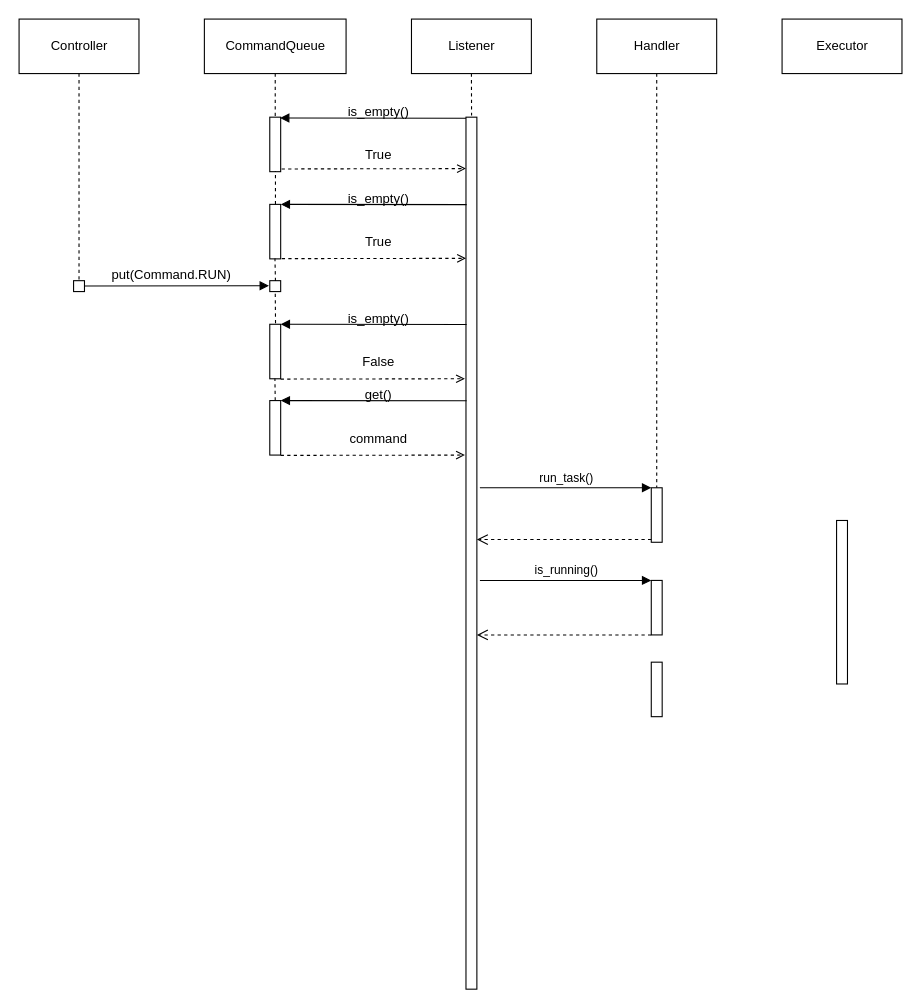
stalker-fc/diploma keeps this draw.io diagram as master/sources/diploma/architecture/diagrams/executor/sequence.drawio. Above is the earlier version. Source tidied: cells renumbered, new cells numbered last; positions are measured from the earlier drawing's top-left corner, leaving out a move shared by most shapes. Both pictures are drawn from the tidied source at 109%, with x=0, y=0 at pixel (19, 19).
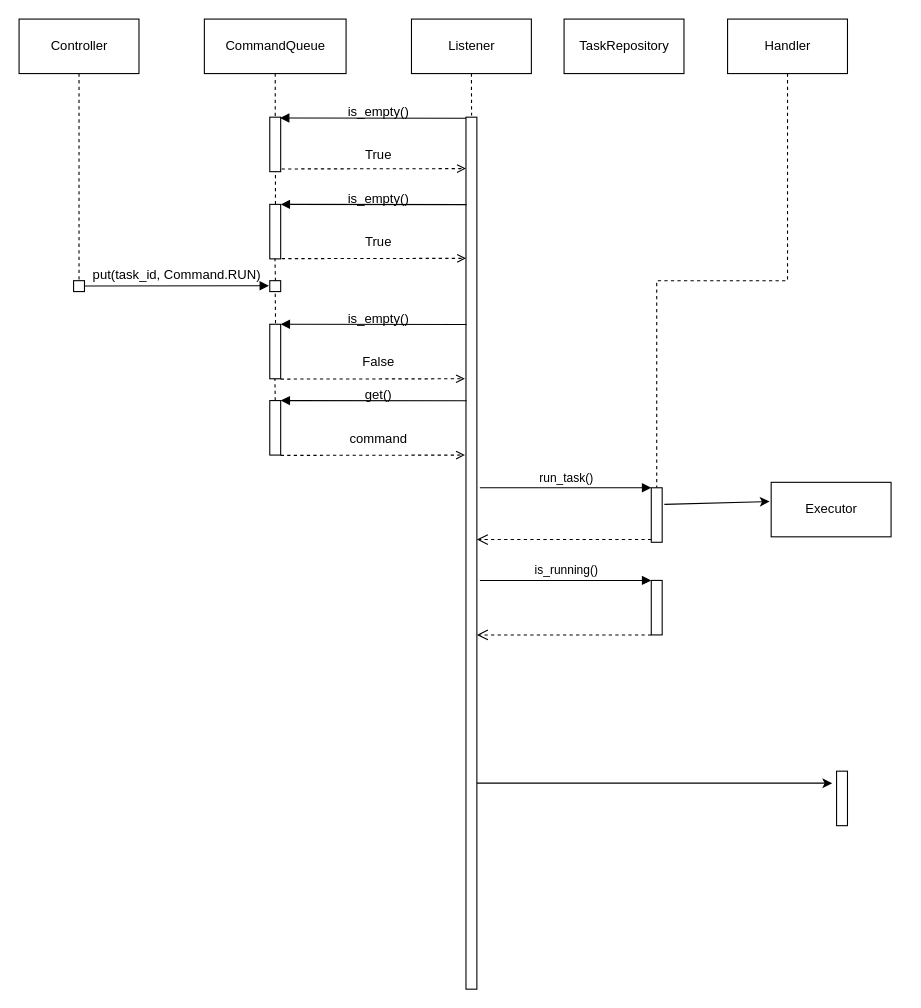
The same page after the edit.

Commit message (it also covers changes not shown here):
update common component diagram

The change refers to these unchanged cells:
```xml
<mxCell id="11" style="html=1;points=[];perimeter=orthogonalPerimeter;" parent="1" vertex="1">
  <mxGeometry x="410" y="90" width="10" height="800" as="geometry" />
</mxCell>
<mxCell id="40" style="html=1;points=[];perimeter=orthogonalPerimeter;" parent="1" vertex="1">
  <mxGeometry x="580" y="430" width="10" height="50" as="geometry" />
</mxCell>
```

What changed in the source:
```diff
@@
     <mxCell id="9" value="Handler" style="html=1;" parent="1" vertex="1">
-      <mxGeometry x="530" width="110" height="50" as="geometry" />
+      <mxGeometry x="650" width="110" height="50" as="geometry" />
     </mxCell>
     <mxCell id="10" value="Executor" style="html=1;" parent="1" vertex="1">
-      <mxGeometry x="700" width="110" height="50" as="geometry" />
+      <mxGeometry x="690" y="425" width="110" height="50" as="geometry" />
     </mxCell>
@@
-    <mxCell id="19" value="put(Command.RUN)" style="text;html=1;strokeColor=none;fillColor=none;align=center;verticalAlign=middle;whiteSpace=wrap;rounded=0;" parent="1" vertex="1">
-      <mxGeometry x="110" y="220" width="60" height="30" as="geometry" />
+    <mxCell id="19" value="put(task_id, Command.RUN)" style="text;html=1;strokeColor=none;fillColor=none;align=center;verticalAlign=middle;whiteSpace=wrap;rounded=0;" parent="1" vertex="1">
+      <mxGeometry x="60" y="220" width="170" height="30" as="geometry" />
     </mxCell>
@@
-    <mxCell id="43" style="html=1;perimeter=orthogonalPerimeter;" parent="1" vertex="1">
-      <mxGeometry x="750" y="460" width="10" height="150" as="geometry" />
-    </mxCell>
@@
     <mxCell id="47" style="html=1;perimeter=orthogonalPerimeter;" parent="1" vertex="1">
-      <mxGeometry x="580" y="590" width="10" height="50" as="geometry" />
+      <mxGeometry x="750" y="690" width="10" height="50" as="geometry" />
     </mxCell>
+    <mxCell id="48" style="endArrow=classic;html=1;rounded=0;entryX=-0.4;entryY=0.753;entryDx=0;entryDy=0;entryPerimeter=0;" parent="1" edge="1" source="11">
+      <mxGeometry relative="1" as="geometry">
+        <mxPoint x="746" y="701" as="targetPoint" />
+      </mxGeometry>
+    </mxCell>
+    <mxCell id="49" style="endArrow=classic;html=1;rounded=0;entryX=-0.013;entryY=0.352;entryDx=0;entryDy=0;entryPerimeter=0;exitX=1.203;exitY=0.304;exitDx=0;exitDy=0;exitPerimeter=0;" parent="1" edge="1" source="40" target="10">
+      <mxGeometry relative="1" as="geometry" />
+    </mxCell>
+    <mxCell id="50" value="TaskRepository" style="html=1;" parent="1" vertex="1">
+      <mxGeometry x="500" width="110" height="50" as="geometry" />
+    </mxCell>
```
